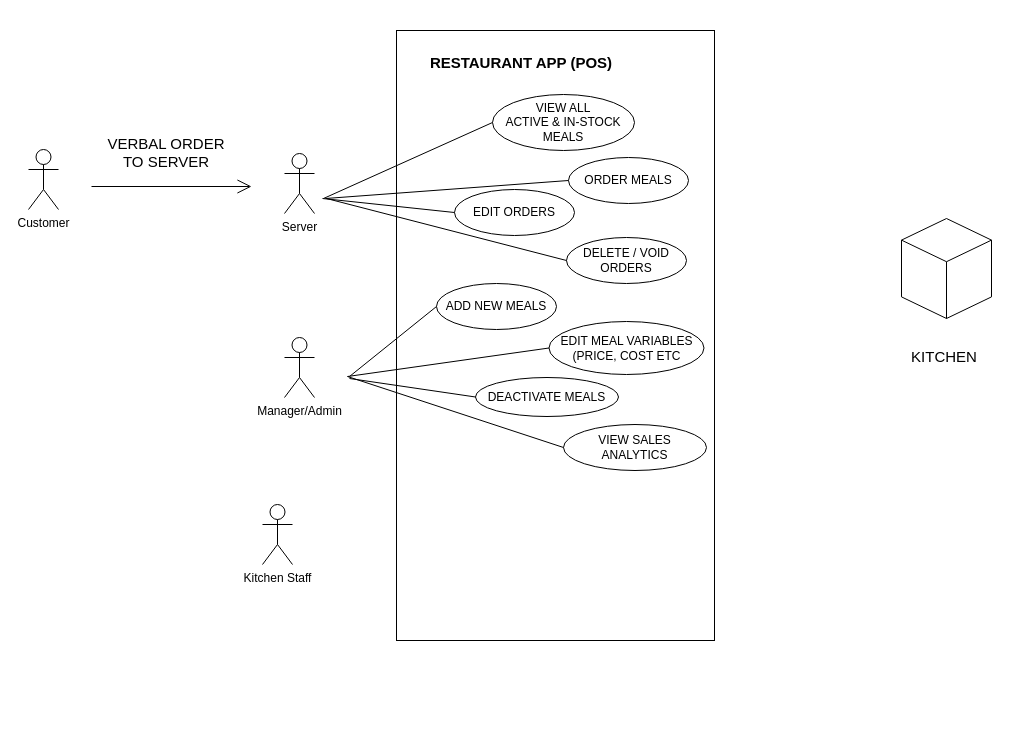
KryptoFlamingo/Inventory_Management_App keeps this draw.io diagram as documentation/Use Case Diagram.drawio. Above is the earlier version. Source tidied: cells renumbered, new cells numbered last; positions are measured from the earlier drawing's top-left corner, leaving out a move shared by most shapes. Both pictures are drawn from the tidied source at 100%, with x=0, y=0 at pixel (28, 30).
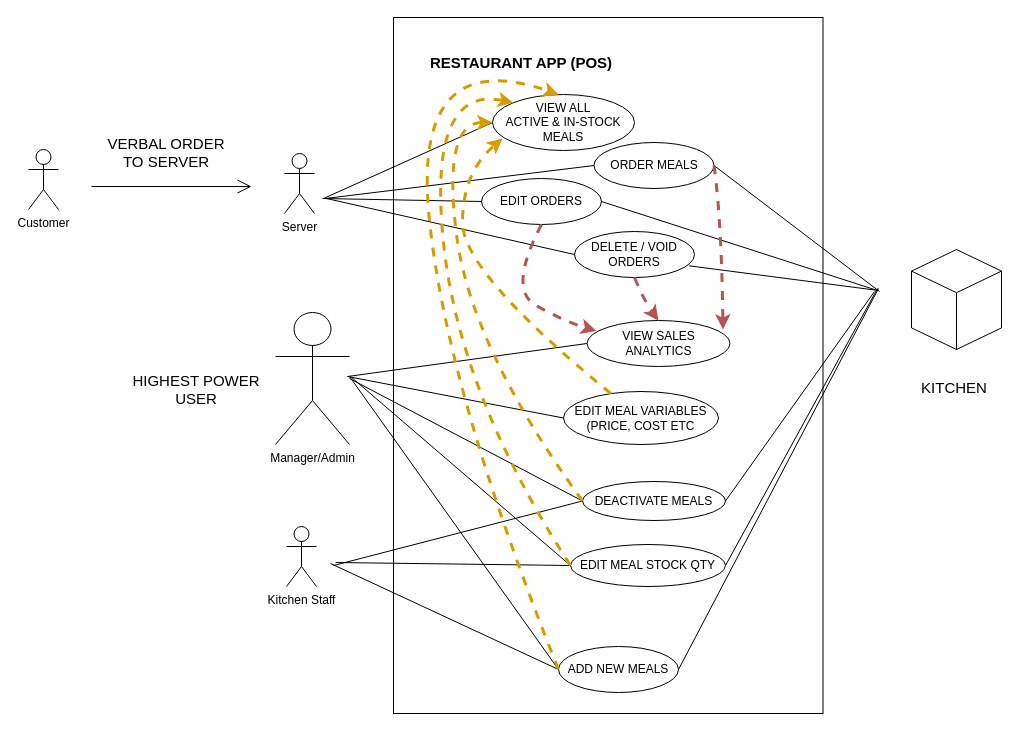
The same page after the edit.

The change refers to these unchanged cells:
```xml
<mxCell id="10" value="VIEW ALL &lt;br&gt;ACTIVE &amp;amp; IN-STOCK MEALS" style="ellipse;whiteSpace=wrap;html=1;" parent="1" vertex="1">
  <mxGeometry x="464" y="64" width="142" height="56" as="geometry" />
</mxCell>
```

The edit, as a diff of the source:
```diff
@@
     <mxCell id="4" value="Manager/Admin" style="shape=umlActor;verticalLabelPosition=bottom;verticalAlign=top;html=1;" parent="1" vertex="1">
-      <mxGeometry x="256" y="307" width="30" height="60" as="geometry" />
+      <mxGeometry x="247" y="282" width="74" height="132" as="geometry" />
     </mxCell>
     <mxCell id="5" value="Kitchen Staff" style="shape=umlActor;verticalLabelPosition=bottom;verticalAlign=top;html=1;" parent="1" vertex="1">
-      <mxGeometry x="234" y="474" width="30" height="60" as="geometry" />
+      <mxGeometry x="258" y="496" width="30" height="60" as="geometry" />
     </mxCell>
     <mxCell id="6" style="html=1;whiteSpace=wrap;shape=isoCube2;backgroundOutline=1;isoAngle=15;" parent="1" vertex="1">
-      <mxGeometry x="873" y="188" width="90" height="100" as="geometry" />
+      <mxGeometry x="883" y="219" width="90" height="100" as="geometry" />
     </mxCell>
     <mxCell id="7" value="&lt;font style=&quot;font-size: 15px&quot;&gt;KITCHEN&lt;/font&gt;" style="text;html=1;strokeColor=none;fillColor=none;align=center;verticalAlign=middle;whiteSpace=wrap;rounded=0;" parent="1" vertex="1">
-      <mxGeometry x="896" y="316" width="40" height="20" as="geometry" />
+      <mxGeometry x="906" y="347" width="40" height="20" as="geometry" />
     </mxCell>
     <mxCell id="8" style="rounded=0;whiteSpace=wrap;html=1;" parent="1" vertex="1">
-      <mxGeometry x="368" width="318" height="610" as="geometry" />
+      <mxGeometry x="365" y="-13" width="429.5" height="696" as="geometry" />
     </mxCell>
@@
     <mxCell id="11" value="ORDER MEALS" style="ellipse;whiteSpace=wrap;html=1;" parent="1" vertex="1">
-      <mxGeometry x="540" y="127" width="120" height="46" as="geometry" />
+      <mxGeometry x="565.5" y="112" width="120" height="46" as="geometry" />
     </mxCell>
@@
     <mxCell id="16" value="EDIT ORDERS" style="ellipse;whiteSpace=wrap;html=1;" parent="1" vertex="1">
-      <mxGeometry x="426" y="159" width="120" height="46" as="geometry" />
+      <mxGeometry x="453" y="148" width="120" height="46" as="geometry" />
     </mxCell>
@@
     <mxCell id="18" value="DELETE / VOID ORDERS" style="ellipse;whiteSpace=wrap;html=1;" parent="1" vertex="1">
-      <mxGeometry x="538" y="207" width="120" height="46" as="geometry" />
+      <mxGeometry x="546" y="201" width="120" height="46" as="geometry" />
     </mxCell>
@@
     <mxCell id="20" value="ADD NEW MEALS" style="ellipse;whiteSpace=wrap;html=1;" parent="1" vertex="1">
-      <mxGeometry x="408" y="253" width="120" height="46" as="geometry" />
+      <mxGeometry x="530" y="616" width="120" height="46" as="geometry" />
     </mxCell>
     <mxCell id="21" value="DEACTIVATE MEALS" style="ellipse;whiteSpace=wrap;html=1;" parent="1" vertex="1">
-      <mxGeometry x="447" y="347" width="143" height="39" as="geometry" />
+      <mxGeometry x="554" y="451" width="143" height="39" as="geometry" />
     </mxCell>
     <mxCell id="22" value="EDIT MEAL VARIABLES (PRICE, COST ETC" style="ellipse;whiteSpace=wrap;html=1;" parent="1" vertex="1">
-      <mxGeometry x="520.5" y="291" width="155" height="53" as="geometry" />
+      <mxGeometry x="535" y="361" width="155" height="53" as="geometry" />
     </mxCell>
     <mxCell id="23" value="VIEW SALES ANALYTICS" style="ellipse;whiteSpace=wrap;html=1;" parent="1" vertex="1">
-      <mxGeometry x="535" y="394" width="143" height="46" as="geometry" />
+      <mxGeometry x="558.5" y="290" width="143" height="46" as="geometry" />
     </mxCell>
@@
+    <mxCell id="28" value="EDIT MEAL STOCK QTY" style="ellipse;whiteSpace=wrap;html=1;" parent="1" vertex="1">
+      <mxGeometry x="542" y="514" width="155" height="42" as="geometry" />
+    </mxCell>
+    <mxCell id="29" style="endArrow=none;html=1;entryX=0;entryY=0.5;entryDx=0;entryDy=0;" parent="1" edge="1" target="28">
+      <mxGeometry relative="1" as="geometry">
+        <mxPoint x="322" y="346" as="sourcePoint" />
+      </mxGeometry>
+    </mxCell>
+    <mxCell id="30" style="endArrow=none;html=1;entryX=0;entryY=0.5;entryDx=0;entryDy=0;" parent="1" edge="1" target="20">
+      <mxGeometry relative="1" as="geometry">
+        <mxPoint x="302" y="533" as="sourcePoint" />
+      </mxGeometry>
+    </mxCell>
+    <mxCell id="31" style="endArrow=none;html=1;entryX=0;entryY=0.5;entryDx=0;entryDy=0;" parent="1" edge="1" target="28">
+      <mxGeometry relative="1" as="geometry">
+        <mxPoint x="307" y="532" as="sourcePoint" />
+      </mxGeometry>
+    </mxCell>
+    <mxCell id="32" style="endArrow=none;html=1;entryX=0;entryY=0.5;entryDx=0;entryDy=0;" parent="1" edge="1" target="21">
+      <mxGeometry relative="1" as="geometry">
+        <mxPoint x="305" y="535" as="sourcePoint" />
+      </mxGeometry>
+    </mxCell>
+    <mxCell id="33" style="endArrow=none;html=1;exitX=1;exitY=0.5;exitDx=0;exitDy=0;" parent="1" edge="1" source="11">
+      <mxGeometry relative="1" as="geometry">
+        <mxPoint x="851" y="261" as="targetPoint" />
+      </mxGeometry>
+    </mxCell>
+    <mxCell id="34" style="endArrow=none;html=1;exitX=1;exitY=0.5;exitDx=0;exitDy=0;" parent="1" edge="1" source="16">
+      <mxGeometry relative="1" as="geometry">
+        <mxPoint x="849" y="260" as="targetPoint" />
+      </mxGeometry>
+    </mxCell>
+    <mxCell id="35" style="endArrow=none;html=1;exitX=0.956;exitY=0.746;exitDx=0;exitDy=0;exitPerimeter=0;" parent="1" edge="1" source="18">
+      <mxGeometry relative="1" as="geometry">
+        <mxPoint x="850" y="260" as="targetPoint" />
+      </mxGeometry>
+    </mxCell>
+    <mxCell id="36" style="endArrow=none;html=1;exitX=1;exitY=0.5;exitDx=0;exitDy=0;" parent="1" edge="1" source="21">
+      <mxGeometry relative="1" as="geometry">
+        <mxPoint x="846" y="261" as="targetPoint" />
+      </mxGeometry>
+    </mxCell>
+    <mxCell id="37" style="endArrow=none;html=1;exitX=1;exitY=0.5;exitDx=0;exitDy=0;" parent="1" edge="1" source="28">
+      <mxGeometry relative="1" as="geometry">
+        <mxPoint x="849" y="258" as="targetPoint" />
+      </mxGeometry>
+    </mxCell>
+    <mxCell id="38" style="endArrow=none;html=1;exitX=1;exitY=0.5;exitDx=0;exitDy=0;" parent="1" edge="1" source="20">
+      <mxGeometry relative="1" as="geometry">
+        <mxPoint x="850" y="258" as="targetPoint" />
+      </mxGeometry>
+    </mxCell>
+    <mxCell id="39" style="curved=1;endArrow=classic;html=1;exitX=1;exitY=0.5;exitDx=0;exitDy=0;entryX=0.951;entryY=0.196;entryDx=0;entryDy=0;entryPerimeter=0;fillColor=#f8cecc;dashed=1;strokeColor=#B85450;strokeWidth=3;" parent="1" edge="1" source="11" target="23">
+      <mxGeometry relative="1" as="geometry">
+        <Array as="points">
+          <mxPoint x="693" y="188" />
+        </Array>
+      </mxGeometry>
+    </mxCell>
+    <mxCell id="40" style="curved=1;endArrow=classic;html=1;exitX=0.5;exitY=1;exitDx=0;exitDy=0;fillColor=#f8cecc;dashed=1;strokeColor=#B85450;strokeWidth=3;entryX=0.064;entryY=0.225;entryDx=0;entryDy=0;entryPerimeter=0;" parent="1" edge="1" source="16" target="23">
+      <mxGeometry relative="1" as="geometry">
+        <Array as="points">
+          <mxPoint x="479" y="259" />
+          <mxPoint x="536" y="291" />
+        </Array>
+      </mxGeometry>
+    </mxCell>
+    <mxCell id="41" style="curved=1;endArrow=classic;html=1;exitX=0.5;exitY=1;exitDx=0;exitDy=0;fillColor=#f8cecc;dashed=1;strokeColor=#B85450;strokeWidth=3;entryX=0.5;entryY=0;entryDx=0;entryDy=0;" parent="1" edge="1" source="18" target="23">
+      <mxGeometry relative="1" as="geometry">
+        <Array as="points">
+          <mxPoint x="616" y="271" />
+        </Array>
+      </mxGeometry>
+    </mxCell>
+    <mxCell id="42" style="curved=1;endArrow=classic;html=1;fillColor=#ffe6cc;dashed=1;strokeColor=#d79b00;strokeWidth=3;entryX=0.07;entryY=0.786;entryDx=0;entryDy=0;entryPerimeter=0;" parent="1" edge="1" source="22" target="10">
+      <mxGeometry relative="1" as="geometry">
+        <Array as="points">
+          <mxPoint x="434" y="242" />
+          <mxPoint x="434" y="142" />
+        </Array>
+      </mxGeometry>
+    </mxCell>
+    <mxCell id="43" style="curved=1;endArrow=classic;html=1;fillColor=#ffe6cc;dashed=1;strokeColor=#d79b00;strokeWidth=3;exitX=0;exitY=0.5;exitDx=0;exitDy=0;" parent="1" edge="1" source="21" target="10">
+      <mxGeometry relative="1" as="geometry">
+        <Array as="points">
+          <mxPoint x="442" y="316" />
+          <mxPoint x="414" y="92" />
+        </Array>
+      </mxGeometry>
+    </mxCell>
+    <mxCell id="44" style="curved=1;endArrow=classic;html=1;fillColor=#ffe6cc;dashed=1;strokeColor=#d79b00;strokeWidth=3;entryX=0;entryY=0;entryDx=0;entryDy=0;exitX=0;exitY=0.5;exitDx=0;exitDy=0;" parent="1" edge="1" source="28" target="10">
+      <mxGeometry relative="1" as="geometry">
+        <Array as="points">
+          <mxPoint x="429" y="361" />
+          <mxPoint x="400" y="54" />
+        </Array>
+      </mxGeometry>
+    </mxCell>
+    <mxCell id="45" style="curved=1;endArrow=classic;html=1;fillColor=#ffe6cc;dashed=1;strokeColor=#d79b00;strokeWidth=3;entryX=0.465;entryY=0;entryDx=0;entryDy=0;exitX=0;exitY=0.5;exitDx=0;exitDy=0;entryPerimeter=0;" parent="1" edge="1" source="20" target="10">
+      <mxGeometry relative="1" as="geometry">
+        <Array as="points">
+          <mxPoint x="417" y="357" />
+          <mxPoint x="384" y="13" />
+        </Array>
+      </mxGeometry>
+    </mxCell>
+    <mxCell id="46" value="&lt;span style=&quot;font-size: 15px&quot;&gt;HIGHEST POWER USER&lt;br&gt;&lt;/span&gt;" style="text;html=1;strokeColor=none;fillColor=none;align=center;verticalAlign=middle;whiteSpace=wrap;rounded=0;" parent="1" vertex="1">
+      <mxGeometry x="100" y="349" width="136" height="20" as="geometry" />
+    </mxCell>
```
